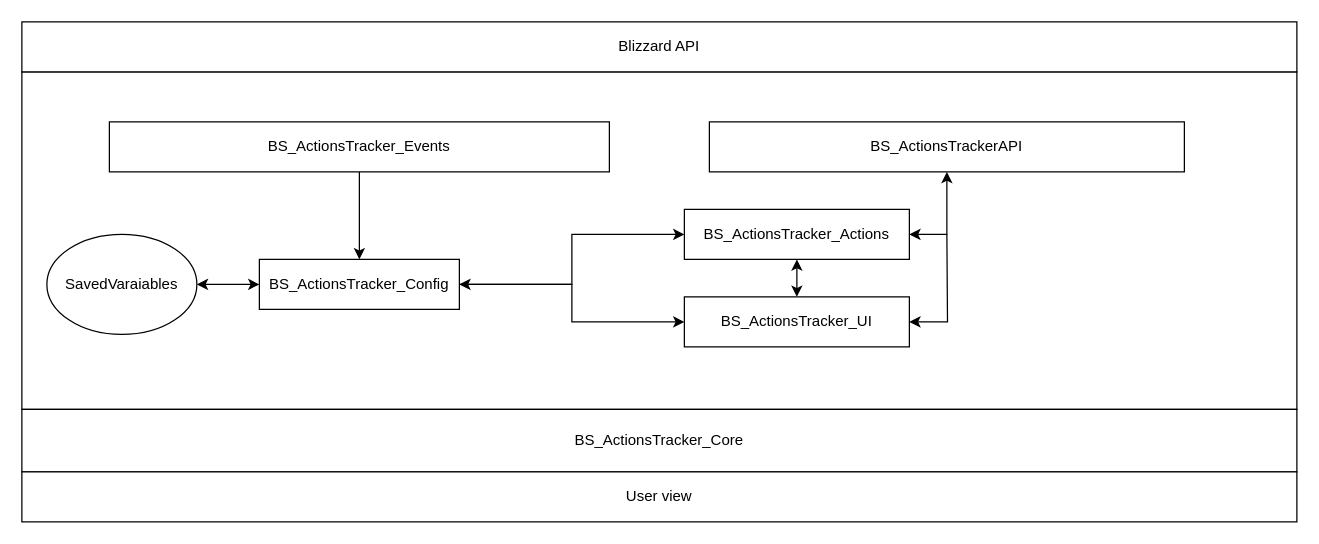
Before: Diagrams/BS_ActionsTracker_diagram.drawio in Beginnerstudios/Smartbars, a draw.io diagram. Source tidied: cells renumbered, new cells numbered last; positions are measured from the earlier drawing's top-left corner, leaving out a move shared by most shapes. Both pictures are drawn from the tidied source at 125%, with x=0, y=0 at pixel (21, 21).
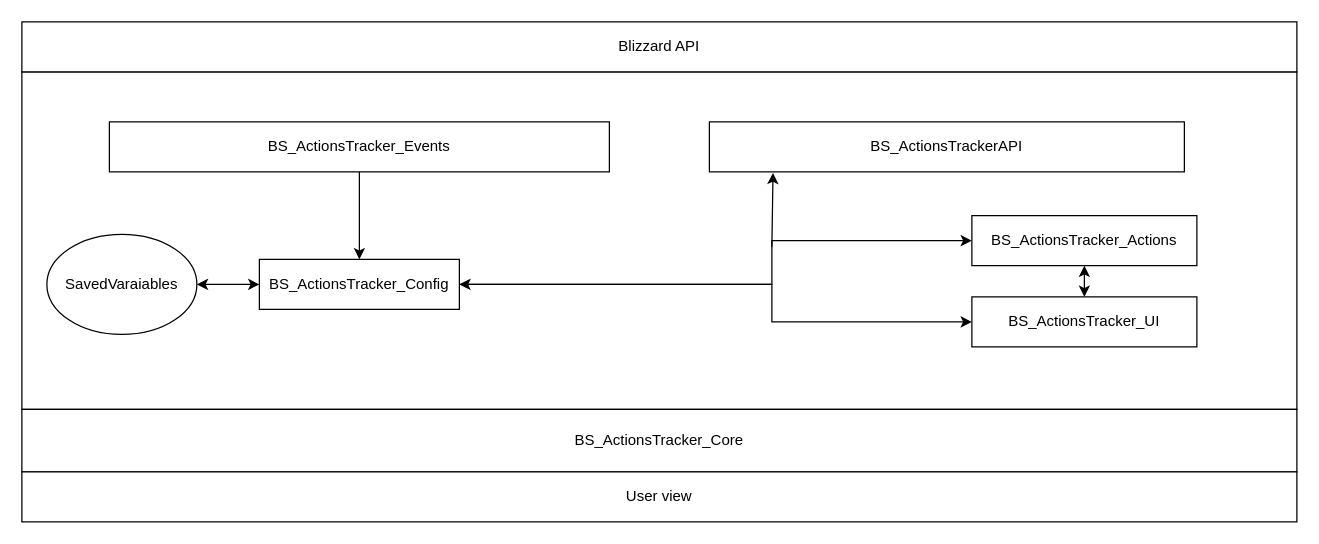
The same page after the edit.

The change refers to these unchanged cells:
```xml
<mxCell id="5" value="BS_ActionsTrackerAPI" style="rounded=0;whiteSpace=wrap;html=1;" parent="1" vertex="1">
  <mxGeometry x="550" y="80" width="380" height="40" as="geometry" />
</mxCell>
<mxCell id="12" value="BS_ActionsTracker_Config" style="rounded=0;whiteSpace=wrap;html=1;" parent="1" vertex="1">
  <mxGeometry x="190" y="190" width="160" height="40" as="geometry" />
</mxCell>
```

Change to the diagram source:
```diff
@@
-    <mxCell id="4" style="edgeStyle=orthogonalEdgeStyle;rounded=0;jettySize=auto;html=1;entryX=1;entryY=0.5;entryDx=0;entryDy=0;startArrow=classic;startFill=1;endArrow=classic;endFill=1;" parent="1" edge="1" source="5" target="8">
-      <mxGeometry relative="1" as="geometry" />
-    </mxCell>
@@
     <mxCell id="6" style="edgeStyle=orthogonalEdgeStyle;rounded=0;jettySize=auto;html=1;entryX=1;entryY=0.5;entryDx=0;entryDy=0;startArrow=classic;startFill=1;endArrow=none;endFill=0;" parent="1" edge="1" source="8" target="12">
-      <mxGeometry relative="1" as="geometry" />
+      <mxGeometry relative="1" as="geometry">
+        <Array as="points">
+          <mxPoint x="600" y="175" />
+          <mxPoint x="600" y="210" />
+        </Array>
+      </mxGeometry>
     </mxCell>
@@
     <mxCell id="8" value="BS_ActionsTracker_Actions" style="rounded=0;whiteSpace=wrap;html=1;" parent="1" vertex="1">
-      <mxGeometry x="530" y="150" width="180" height="40" as="geometry" />
+      <mxGeometry x="760" y="155" width="180" height="40" as="geometry" />
     </mxCell>
     <mxCell id="9" style="edgeStyle=orthogonalEdgeStyle;rounded=0;jettySize=auto;html=1;entryX=1;entryY=0.5;entryDx=0;entryDy=0;startArrow=classic;startFill=1;endArrow=classic;endFill=1;" parent="1" edge="1" source="11" target="12">
-      <mxGeometry relative="1" as="geometry" />
+      <mxGeometry relative="1" as="geometry">
+        <Array as="points">
+          <mxPoint x="600" y="240" />
+          <mxPoint x="600" y="210" />
+        </Array>
+      </mxGeometry>
     </mxCell>
-    <mxCell id="10" style="edgeStyle=orthogonalEdgeStyle;rounded=0;jettySize=auto;html=1;startArrow=classic;startFill=1;endArrow=none;endFill=0;" parent="1" edge="1" source="11">
-      <mxGeometry relative="1" as="geometry">
-        <mxPoint x="740" y="170" as="targetPoint" />
-      </mxGeometry>
-    </mxCell>
     <mxCell id="11" value="BS_ActionsTracker_UI" style="rounded=0;whiteSpace=wrap;html=1;" parent="1" vertex="1">
-      <mxGeometry x="530" y="220" width="180" height="40" as="geometry" />
+      <mxGeometry x="760" y="220" width="180" height="40" as="geometry" />
     </mxCell>
@@
+    <mxCell id="19" style="endArrow=classic;html=1;entryX=0.134;entryY=1.021;entryDx=0;entryDy=0;entryPerimeter=0;startArrow=none;startFill=0;endFill=1;" parent="1" edge="1" target="5">
+      <mxGeometry relative="1" as="geometry">
+        <mxPoint x="600" y="180" as="sourcePoint" />
+      </mxGeometry>
+    </mxCell>
```
